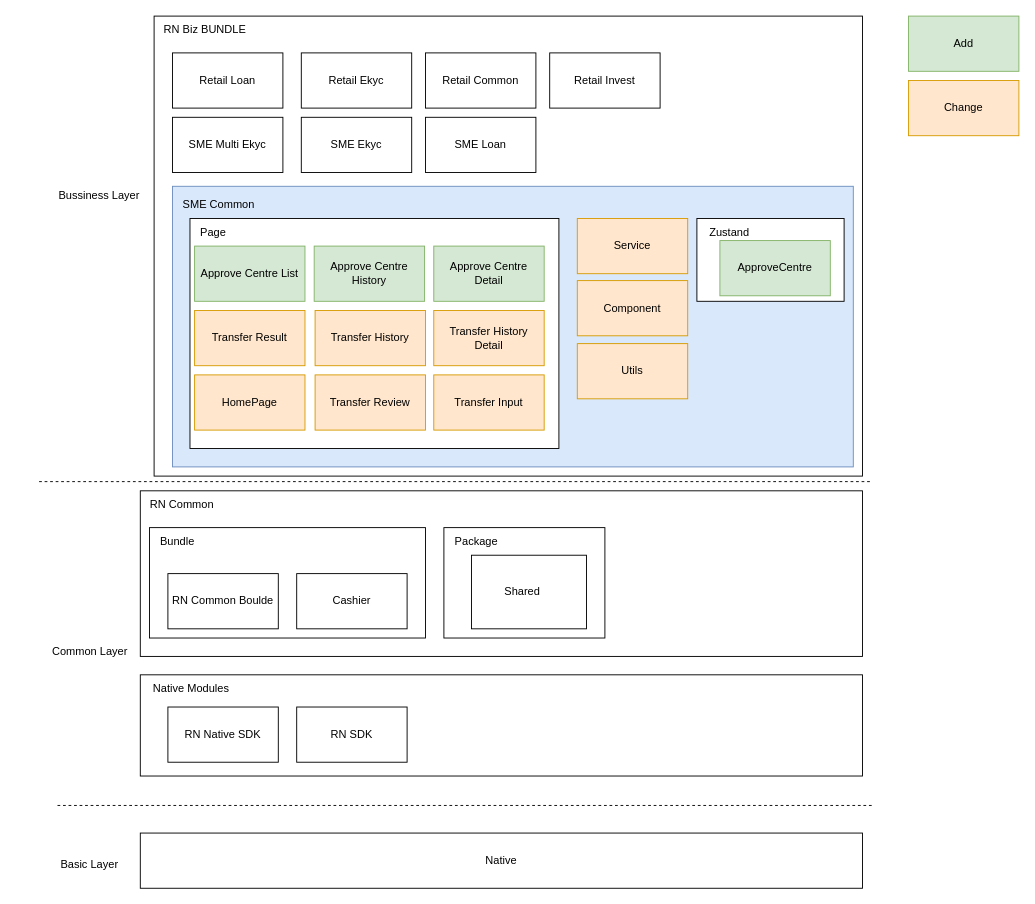
Before: page "第 1 页" (1 of 5) of approveCentre.drawio in RexYao97/sfrex, a draw.io diagram. Source tidied: cells renumbered, new cells numbered last; positions are measured from the earlier drawing's top-left corner, leaving out a move shared by most shapes. Both pictures are drawn from the tidied source at 92%, with x=0, y=0 at pixel (16, 16).
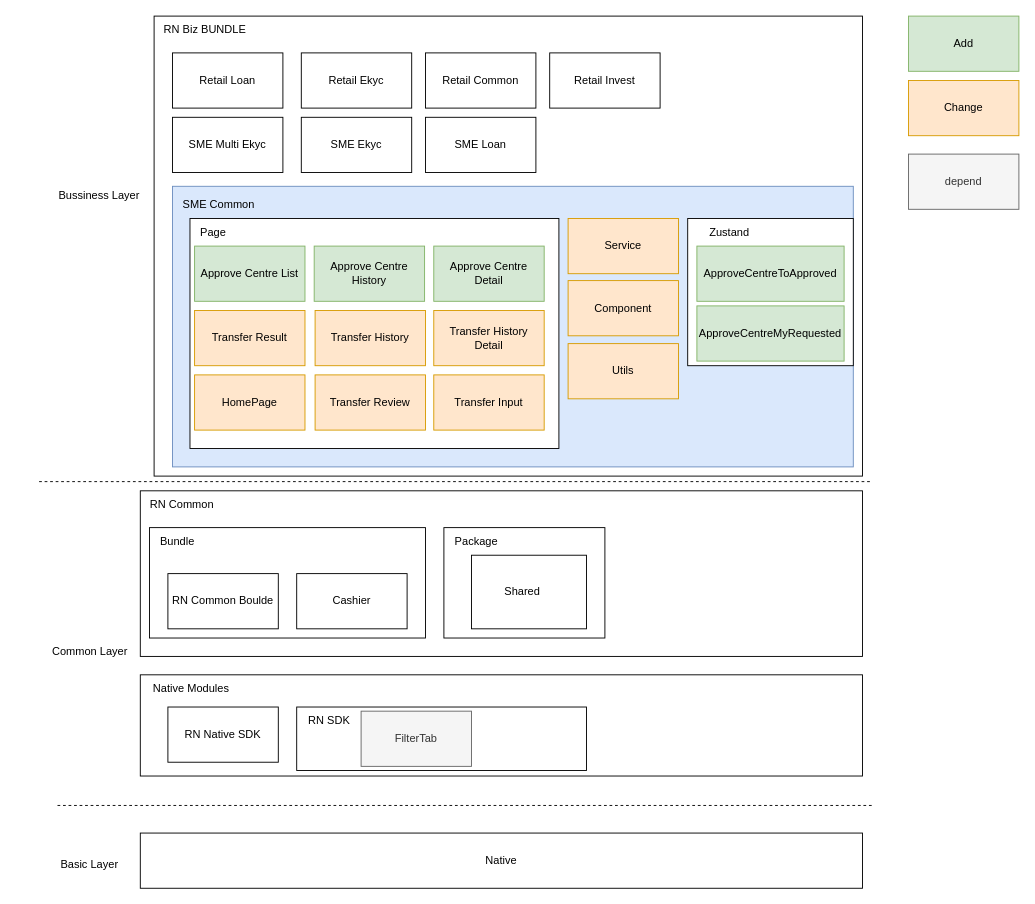
The same diagram, later.

The edit, as a diff of the source:
```diff
@@
-    <mxCell id="28" value="RN SDK" style="rounded=0;whiteSpace=wrap;html=1;" parent="1" vertex="1">
-      <mxGeometry x="305" y="751" width="120" height="60" as="geometry" />
+    <mxCell id="28" style="rounded=0;whiteSpace=wrap;html=1;" parent="1" vertex="1">
+      <mxGeometry x="305" y="751" width="315" height="69" as="geometry" />
     </mxCell>
@@
     <mxCell id="44" value="Service" style="rounded=0;whiteSpace=wrap;html=1;fillColor=#ffe6cc;strokeColor=#d79b00;" parent="1" vertex="1">
-      <mxGeometry x="610" y="220" width="120" height="60" as="geometry" />
+      <mxGeometry x="600" y="220" width="120" height="60" as="geometry" />
     </mxCell>
     <mxCell id="45" value="Component" style="rounded=0;whiteSpace=wrap;html=1;fillColor=#ffe6cc;strokeColor=#d79b00;" parent="1" vertex="1">
-      <mxGeometry x="610" y="287.5" width="120" height="60" as="geometry" />
+      <mxGeometry x="600" y="287.5" width="120" height="60" as="geometry" />
     </mxCell>
     <mxCell id="46" value="Utils" style="rounded=0;whiteSpace=wrap;html=1;fillColor=#ffe6cc;strokeColor=#d79b00;" parent="1" vertex="1">
-      <mxGeometry x="610" y="356" width="120" height="60" as="geometry" />
+      <mxGeometry x="600" y="356" width="120" height="60" as="geometry" />
     </mxCell>
@@
     <mxCell id="49" style="rounded=0;whiteSpace=wrap;html=1;" parent="1" vertex="1">
-      <mxGeometry x="740" y="220" width="160" height="90" as="geometry" />
+      <mxGeometry x="730" y="220" width="180" height="160" as="geometry" />
     </mxCell>
@@
-    <mxCell id="51" value="ApproveCentre" style="rounded=0;whiteSpace=wrap;html=1;fillColor=#d5e8d4;strokeColor=#82b366;" parent="1" vertex="1">
-      <mxGeometry x="765" y="244" width="120" height="60" as="geometry" />
+    <mxCell id="51" value="ApproveCentreToApproved" style="rounded=0;whiteSpace=wrap;html=1;fillColor=#d5e8d4;strokeColor=#82b366;" parent="1" vertex="1">
+      <mxGeometry x="740" y="250" width="160" height="60" as="geometry" />
     </mxCell>
+    <mxCell id="52" value="RN SDK" style="text;html=1;align=center;verticalAlign=middle;strokeColor=none;fillColor=none;" parent="1" vertex="1">
+      <mxGeometry x="305" y="751" width="70" height="30" as="geometry" />
+    </mxCell>
+    <mxCell id="53" value="FilterTab" style="whiteSpace=wrap;html=1;fillColor=#f5f5f5;fontColor=#333333;strokeColor=#666666;" parent="1" vertex="1">
+      <mxGeometry x="375" y="755.5" width="120" height="60" as="geometry" />
+    </mxCell>
+    <mxCell id="54" value="depend" style="rounded=0;whiteSpace=wrap;html=1;fillColor=#f5f5f5;fontColor=#333333;strokeColor=#666666;" parent="1" vertex="1">
+      <mxGeometry x="970" y="150" width="120" height="60" as="geometry" />
+    </mxCell>
+    <mxCell id="55" value="ApproveCentreMyRequested" style="rounded=0;whiteSpace=wrap;html=1;fillColor=#d5e8d4;strokeColor=#82b366;" parent="1" vertex="1">
+      <mxGeometry x="740" y="315" width="160" height="60" as="geometry" />
+    </mxCell>
```
